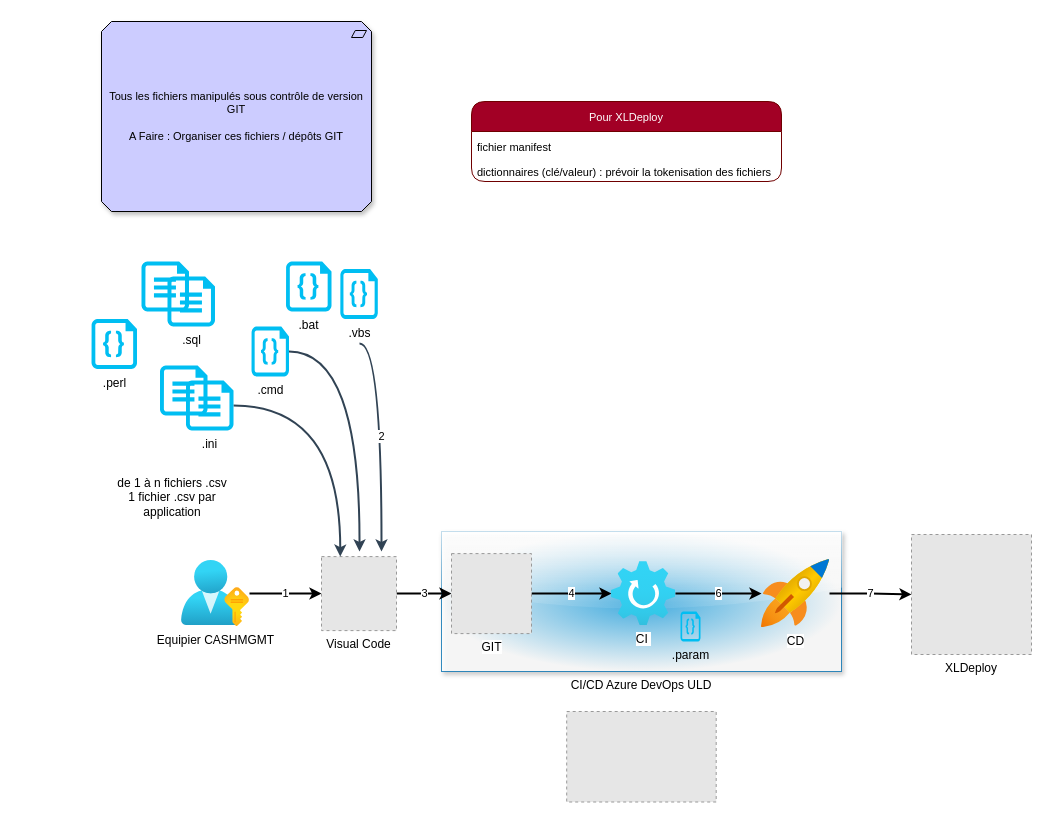
jmrablat/diagrams keeps this draw.io diagram as page "CASHMGMT pipeline" (2 of 4) of cashmgmt.drawio. Above is the earlier version. Source tidied: cells renumbered, new cells numbered last; positions are measured from the earlier drawing's top-left corner, leaving out a move shared by most shapes. Both pictures are drawn from the tidied source at 100%, with x=0, y=0 at pixel (91, 21). Pictures stored in the file or linked from it are replaced by grey dashed boxes.
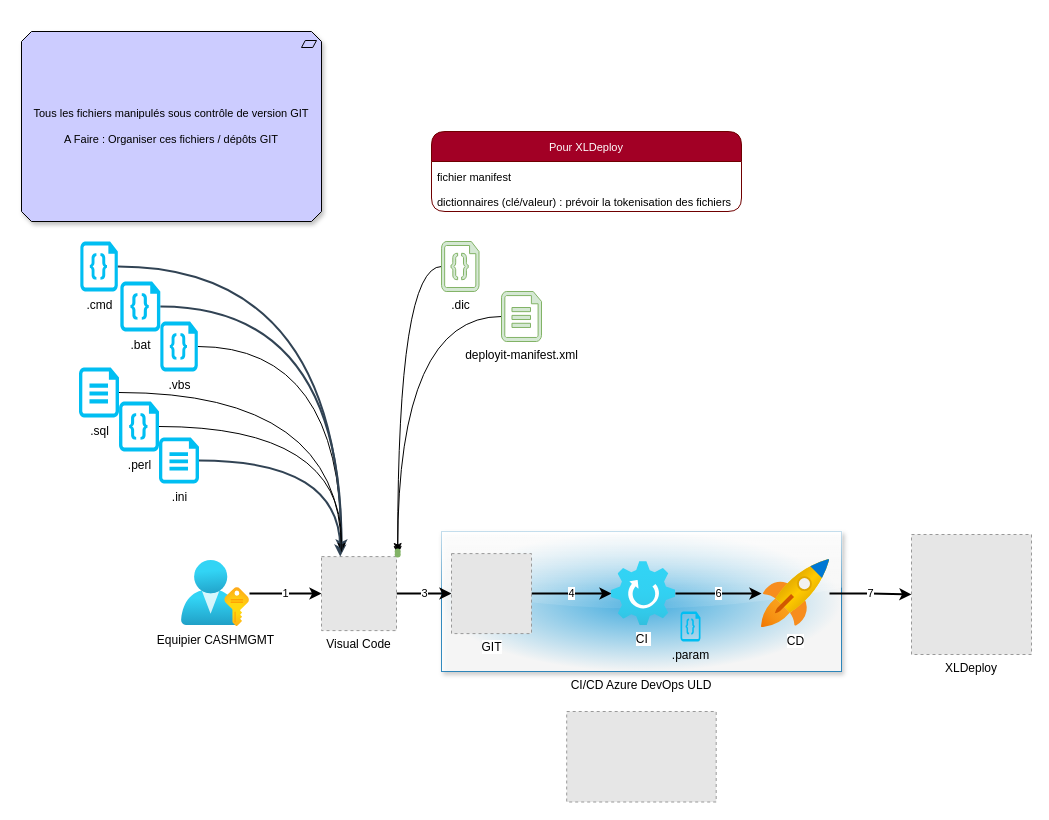
Above is the later version.

The edit, as a diff of the source:
```diff
@@
-    <mxCell id="16" value="de 1 à n fichiers .csv&lt;br&gt;1 fichier .csv par application" style="text;html=1;strokeColor=none;fillColor=none;align=center;verticalAlign=middle;whiteSpace=wrap;rounded=0;" parent="1" vertex="1">
-      <mxGeometry x="20" y="438" width="122" height="75" as="geometry" />
-    </mxCell>
-    <mxCell id="17" style="edgeStyle=orthogonalEdgeStyle;shape=connector;curved=1;rounded=0;sketch=0;jettySize=auto;html=1;labelBackgroundColor=default;fontFamily=Helvetica;fontSize=11;fontColor=default;endArrow=classic;strokeColor=#314354;strokeWidth=2;fillColor=#647687;" parent="1" edge="1" source="18">
-      <mxGeometry relative="1" as="geometry">
-        <mxPoint x="268" y="530" as="targetPoint" />
-      </mxGeometry>
+    <mxCell id="17" style="edgeStyle=orthogonalEdgeStyle;shape=connector;curved=1;rounded=0;sketch=0;jettySize=auto;html=1;labelBackgroundColor=default;fontFamily=Helvetica;fontSize=11;fontColor=default;endArrow=classic;strokeColor=#314354;strokeWidth=2;fillColor=#647687;startArrow=none;" parent="1" edge="1" source="33" target="41">
+      <mxGeometry relative="1" as="geometry" />
     </mxCell>
     <mxCell id="18" value=".cmd" style="verticalLabelPosition=bottom;html=1;verticalAlign=top;align=center;strokeColor=none;fillColor=#00BEF2;shape=mxgraph.azure.code_file;rotation=0;" parent="1" vertex="1">
-      <mxGeometry x="160" y="305" width="37.5" height="50" as="geometry" />
+      <mxGeometry x="-11.2" y="220" width="37.5" height="50" as="geometry" />
     </mxCell>
-    <mxCell id="19" value="2" style="edgeStyle=orthogonalEdgeStyle;shape=connector;curved=1;rounded=0;sketch=0;orthogonalLoop=1;jettySize=auto;html=1;labelBackgroundColor=default;fontFamily=Helvetica;fontSize=11;fontColor=default;endArrow=classic;strokeColor=#314354;strokeWidth=2;fillColor=#647687;exitX=0.5;exitY=1;exitDx=0;exitDy=0;" parent="1" edge="1">
-      <mxGeometry relative="1" as="geometry">
-        <mxPoint x="268" y="322" as="sourcePoint" />
-        <mxPoint x="290" y="530" as="targetPoint" />
-        <Array as="points">
-          <mxPoint x="290" y="322" />
-        </Array>
-      </mxGeometry>
-    </mxCell>
-    <mxCell id="20" style="group;" parent="1" vertex="1">
-      <mxGeometry x="68.5" y="344" width="73.5" height="65" as="geometry" />
-    </mxCell>
-    <mxCell id="21" style="verticalLabelPosition=bottom;html=1;verticalAlign=top;align=center;strokeColor=none;fillColor=#00BEF2;shape=mxgraph.azure.file;" parent="20" vertex="1">
-      <mxGeometry width="47.5" height="50" as="geometry" />
-    </mxCell>
-    <mxCell id="22" value=".ini" style="verticalLabelPosition=bottom;html=1;verticalAlign=top;align=center;strokeColor=none;fillColor=#00BEF2;shape=mxgraph.azure.file;" parent="20" vertex="1">
-      <mxGeometry x="26" y="15" width="47.5" height="50" as="geometry" />
-    </mxCell>
@@
     <mxCell id="24" value="Tous les fichiers manipulés sous contrôle de version GIT&lt;br&gt;&lt;br&gt;A Faire : Organiser ces fichiers / dépôts GIT" style="html=1;whiteSpace=wrap;fillColor=#ccccff;shape=mxgraph.archimate.motiv;motivType=req;rounded=0;shadow=1;glass=1;sketch=0;fontFamily=Helvetica;fontSize=11;fontColor=default;" parent="1" vertex="1">
-      <mxGeometry x="10" width="270" height="190" as="geometry" />
+      <mxGeometry x="-70" y="10" width="300" height="190" as="geometry" />
     </mxCell>
     <mxCell id="25" value="Pour XLDeploy" style="swimlane;fontStyle=0;horizontal=1;startSize=30;fontFamily=Helvetica;fontSize=11;fontColor=#ffffff;fillColor=#a20025;strokeColor=#6F0000;rounded=1;arcSize=15;" parent="1" vertex="1">
-      <mxGeometry x="380" y="80" width="310" height="80" as="geometry" />
+      <mxGeometry x="340" y="110" width="310" height="80" as="geometry" />
     </mxCell>
@@
+    <mxCell id="34" style="edgeStyle=orthogonalEdgeStyle;curved=1;rounded=0;jettySize=auto;html=1;startArrow=none;" parent="1" edge="1" source="28" target="41">
+      <mxGeometry relative="1" as="geometry" />
+    </mxCell>
+    <mxCell id="32" value=".perl" style="verticalLabelPosition=bottom;html=1;verticalAlign=top;align=center;strokeColor=none;fillColor=#00BEF2;shape=mxgraph.azure.code_file;rotation=0;" parent="1" vertex="1">
+      <mxGeometry x="27.5" y="380" width="40" height="50" as="geometry" />
+    </mxCell>
+    <mxCell id="35" style="edgeStyle=orthogonalEdgeStyle;rounded=0;jettySize=auto;html=1;curved=1;" parent="1" edge="1" source="36" target="39">
+      <mxGeometry relative="1" as="geometry" />
+    </mxCell>
+    <mxCell id="36" value=".dic" style="verticalLabelPosition=bottom;html=1;verticalAlign=top;align=center;strokeColor=#82b366;fillColor=#d5e8d4;shape=mxgraph.azure.code_file;rotation=0;" parent="1" vertex="1">
+      <mxGeometry x="350" y="220" width="37.5" height="50" as="geometry" />
+    </mxCell>
+    <mxCell id="37" style="edgeStyle=orthogonalEdgeStyle;curved=1;rounded=0;jettySize=auto;html=1;" parent="1" edge="1" source="38" target="40">
+      <mxGeometry relative="1" as="geometry" />
+    </mxCell>
+    <mxCell id="38" value="deployit-manifest.xml" style="verticalLabelPosition=bottom;html=1;verticalAlign=top;align=center;strokeColor=#82b366;fillColor=#d5e8d4;shape=mxgraph.azure.file;" parent="1" vertex="1">
+      <mxGeometry x="410" y="270" width="40" height="50" as="geometry" />
+    </mxCell>
+    <mxCell id="39" style="shape=waypoint;sketch=0;size=6;points=[];fillColor=#d5e8d4;perimeter=centerPerimeter;snapToPoint=1;verticalAlign=top;strokeColor=#82b366;" parent="1" vertex="1">
+      <mxGeometry x="286.2" y="510" width="40" height="40" as="geometry" />
+    </mxCell>
+    <mxCell id="40" style="shape=waypoint;sketch=0;size=6;points=[];fillColor=#d5e8d4;perimeter=centerPerimeter;snapToPoint=1;verticalAlign=top;strokeColor=#82b366;" parent="1" vertex="1">
+      <mxGeometry x="286.2" y="513" width="40" height="40" as="geometry" />
+    </mxCell>
+    <mxCell id="41" style="shape=waypoint;sketch=0;size=6;points=[];fillColor=#00BEF2;perimeter=centerPerimeter;snapToPoint=1;verticalAlign=top;strokeColor=none;" parent="1" vertex="1">
+      <mxGeometry x="230" y="510" width="40" height="40" as="geometry" />
+    </mxCell>
+    <mxCell id="22" value=".ini" style="verticalLabelPosition=bottom;html=1;verticalAlign=top;align=center;strokeColor=none;fillColor=#00BEF2;shape=mxgraph.azure.file;" parent="1" vertex="1">
+      <mxGeometry x="67.5" y="416" width="40" height="46" as="geometry" />
+    </mxCell>
+    <mxCell id="33" value=".bat" style="verticalLabelPosition=bottom;html=1;verticalAlign=top;align=center;strokeColor=none;fillColor=#00BEF2;shape=mxgraph.azure.code_file;rotation=0;" parent="1" vertex="1">
+      <mxGeometry x="28.8" y="260" width="40" height="50" as="geometry" />
+    </mxCell>
+    <mxCell id="42" style="edgeStyle=orthogonalEdgeStyle;shape=connector;curved=1;rounded=0;sketch=0;jettySize=auto;html=1;labelBackgroundColor=default;fontFamily=Helvetica;fontSize=11;fontColor=default;endArrow=none;strokeColor=#314354;strokeWidth=2;fillColor=#647687;" parent="1" edge="1" source="18" target="41">
+      <mxGeometry relative="1" as="geometry" />
+    </mxCell>
+    <mxCell id="31" value=".sql" style="verticalLabelPosition=bottom;html=1;verticalAlign=top;align=center;strokeColor=none;fillColor=#00BEF2;shape=mxgraph.azure.file;" parent="1" vertex="1">
+      <mxGeometry x="-12.5" y="346" width="40" height="50" as="geometry" />
+    </mxCell>
+    <mxCell id="43" style="edgeStyle=orthogonalEdgeStyle;curved=1;rounded=0;jettySize=auto;html=1;endArrow=none;" parent="1" edge="1" source="32">
+      <mxGeometry relative="1" as="geometry">
+        <mxPoint x="250" y="520" as="targetPoint" />
+      </mxGeometry>
+    </mxCell>
     <mxCell id="28" value=".vbs" style="verticalLabelPosition=bottom;html=1;verticalAlign=top;align=center;strokeColor=none;fillColor=#00BEF2;shape=mxgraph.azure.code_file;rotation=0;" parent="1" vertex="1">
-      <mxGeometry x="248.8" y="247.5" width="37.5" height="50" as="geometry" />
+      <mxGeometry x="68.8" y="300" width="37.5" height="50" as="geometry" />
     </mxCell>
-    <mxCell id="29" style="group;" parent="1" vertex="1">
-      <mxGeometry x="50" y="240" width="73.5" height="65" as="geometry" />
-    </mxCell>
-    <mxCell id="30" style="verticalLabelPosition=bottom;html=1;verticalAlign=top;align=center;strokeColor=none;fillColor=#00BEF2;shape=mxgraph.azure.file;" parent="29" vertex="1">
-      <mxGeometry width="47.5" height="50" as="geometry" />
-    </mxCell>
-    <mxCell id="31" value=".sql" style="verticalLabelPosition=bottom;html=1;verticalAlign=top;align=center;strokeColor=none;fillColor=#00BEF2;shape=mxgraph.azure.file;" parent="29" vertex="1">
-      <mxGeometry x="26" y="15" width="47.5" height="50" as="geometry" />
-    </mxCell>
-    <mxCell id="32" value=".perl" style="verticalLabelPosition=bottom;html=1;verticalAlign=top;align=center;strokeColor=none;fillColor=#00BEF2;shape=mxgraph.azure.code_file;rotation=0;" parent="1" vertex="1">
-      <mxGeometry y="297.5" width="45.5" height="50" as="geometry" />
-    </mxCell>
-    <mxCell id="33" value=".bat" style="verticalLabelPosition=bottom;html=1;verticalAlign=top;align=center;strokeColor=none;fillColor=#00BEF2;shape=mxgraph.azure.code_file;rotation=0;" parent="1" vertex="1">
-      <mxGeometry x="194.5" y="240" width="45.5" height="50" as="geometry" />
-    </mxCell>
+    <mxCell id="44" style="edgeStyle=orthogonalEdgeStyle;curved=1;rounded=0;jettySize=auto;html=1;startArrow=none;endArrow=none;" parent="1" edge="1" source="31" target="41">
+      <mxGeometry relative="1" as="geometry" />
+    </mxCell>
```
